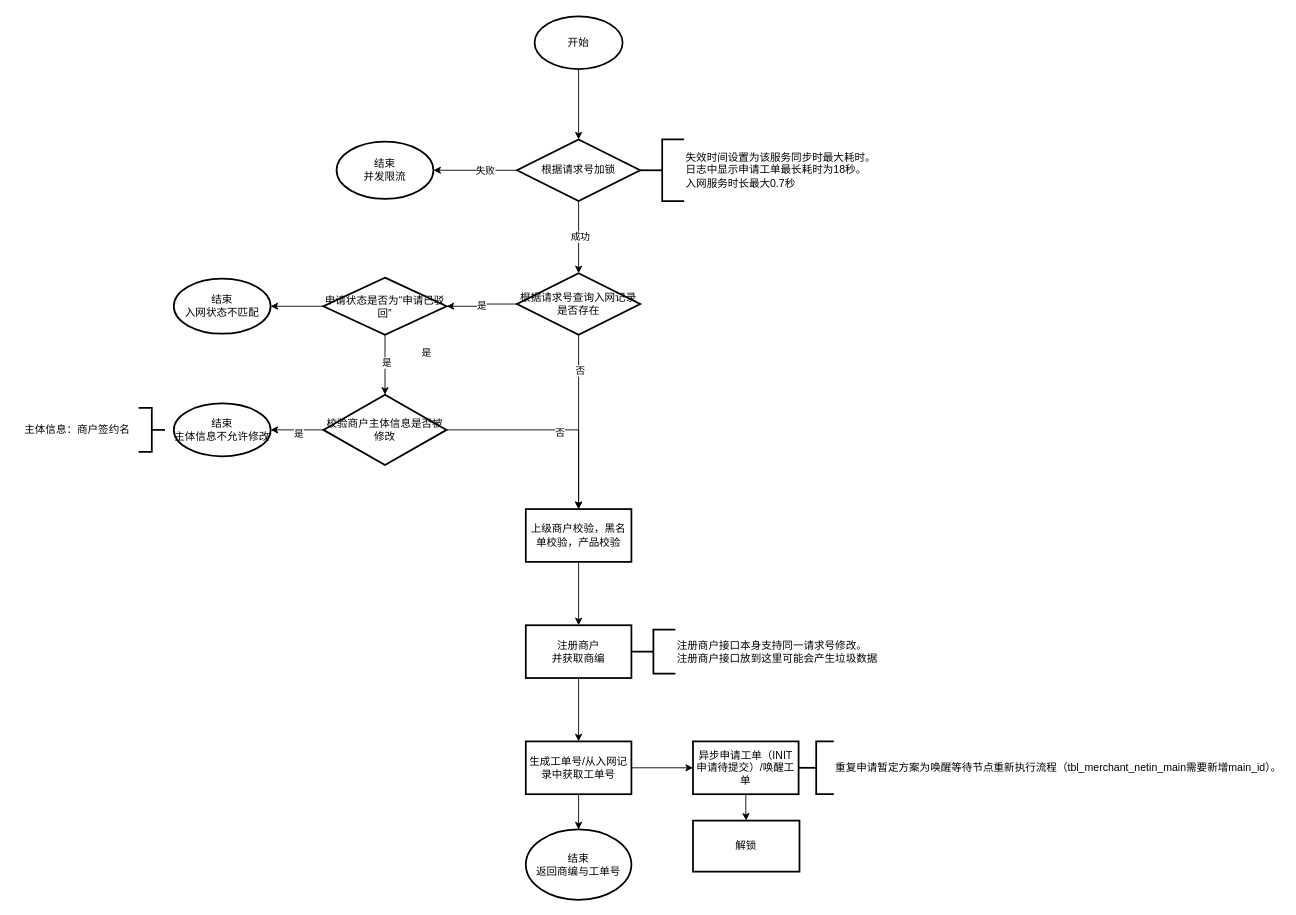
The draw.io diagram page "亿企通迁移" (1 of 3) of Untitled Diagram.drawio in fengyong7723131/work, before the edit. Source tidied: cells renumbered, new cells numbered last; positions are measured from the earlier drawing's top-left corner, leaving out a move shared by most shapes. Both pictures are drawn from the tidied source at 88%, with x=0, y=0 at pixel (15, 16).
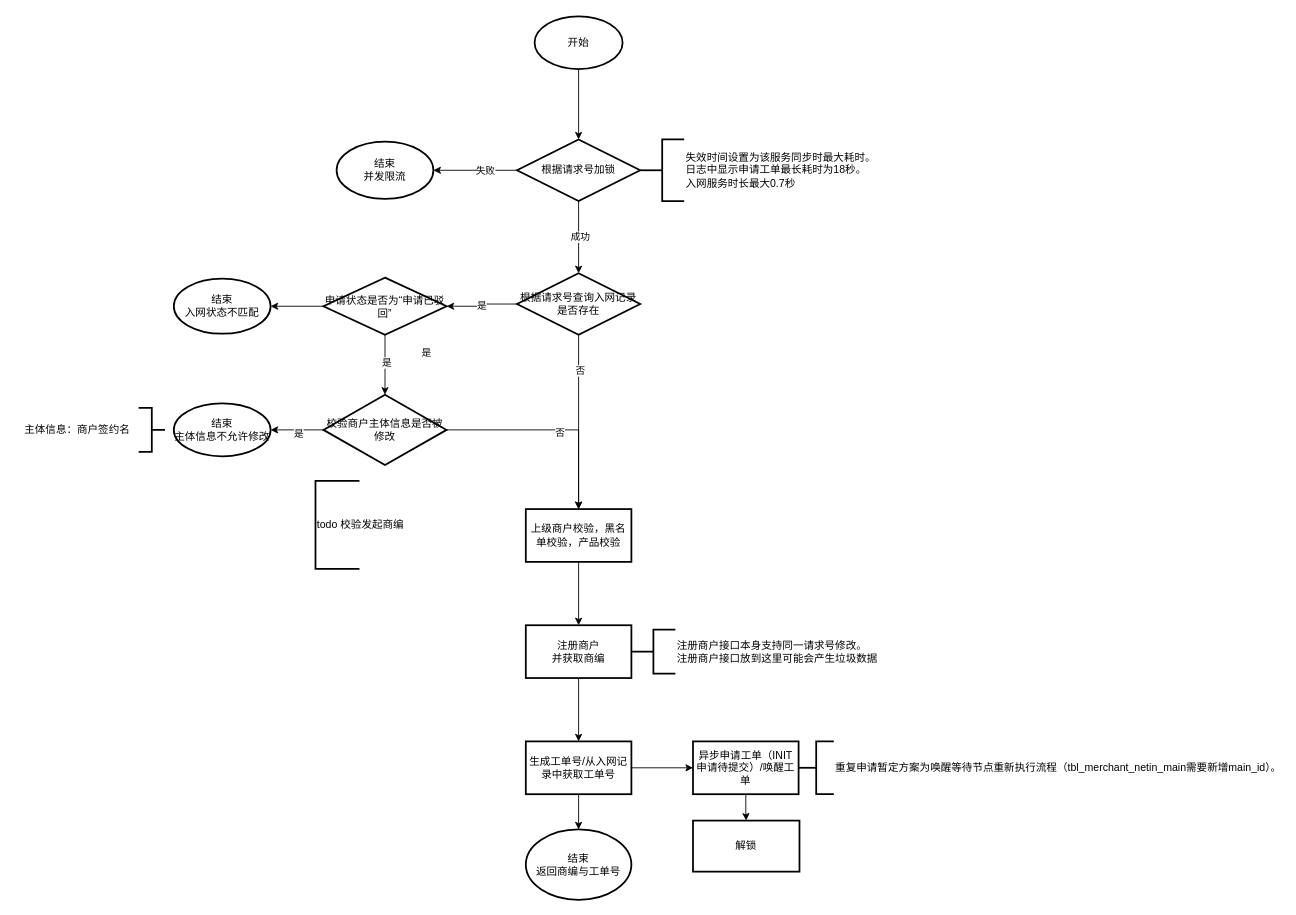
After the change.

The edit, as a diff of the source:
```diff
@@
+    <mxCell id="43" value="todo 校验发起商编" style="strokeWidth=2;html=1;shape=mxgraph.flowchart.annotation_1;align=left;" parent="1" vertex="1">
+      <mxGeometry x="341" y="528" width="50" height="100" as="geometry" />
+    </mxCell>
```
